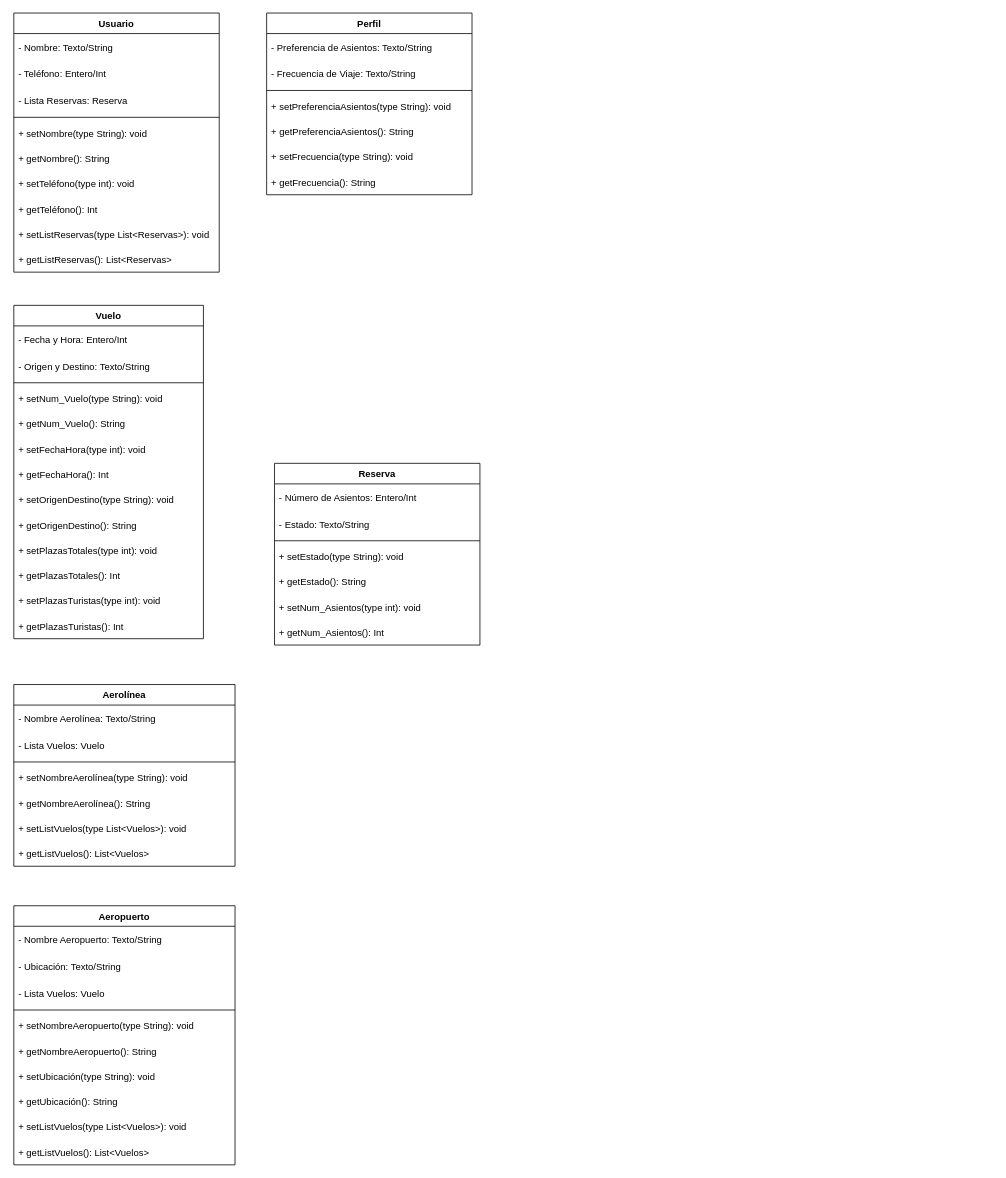
PeterMartEsc/ETS keeps this draw.io diagram as Unidad-3/DiagramaReservaVuelos.drawio. Above is the earlier version. Source tidied: cells renumbered, new cells numbered last; positions are measured from the earlier drawing's top-left corner, leaving out a move shared by most shapes. Both pictures are drawn from the tidied source at 79%, with x=0, y=0 at pixel (13, 13).
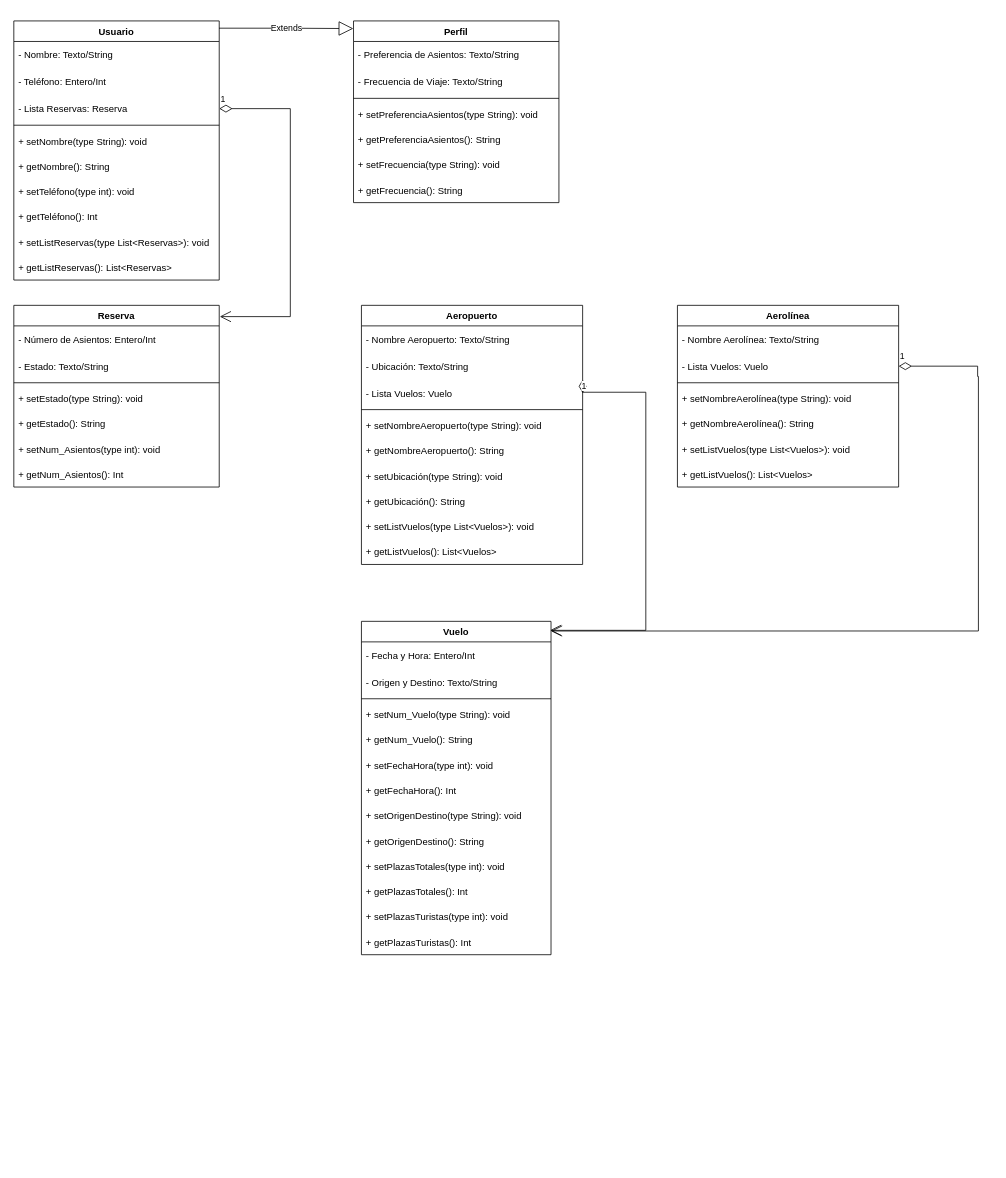
The same diagram, later.

The change refers to these unchanged cells:
```xml
<mxCell id="5" value="- Lista Reservas: Reserva" style="text;strokeColor=none;fillColor=none;align=left;verticalAlign=middle;spacingLeft=4;spacingRight=4;overflow=hidden;points=[[0,0.5],[1,0.5]];portConstraint=eastwest;" parent="2" vertex="1">
  <mxGeometry y="94" width="260" height="34" as="geometry" />
</mxCell>
<mxCell id="37" value="- Lista Vuelos: Vuelo" style="text;strokeColor=none;fillColor=none;align=left;verticalAlign=middle;spacingLeft=4;spacingRight=4;overflow=hidden;points=[[0,0.5],[1,0.5]];portConstraint=eastwest;" parent="35" vertex="1">
  <mxGeometry y="60" width="280" height="34" as="geometry" />
</mxCell>
<mxCell id="46" value="- Lista Vuelos: Vuelo" style="text;strokeColor=none;fillColor=none;align=left;verticalAlign=middle;spacingLeft=4;spacingRight=4;overflow=hidden;points=[[0,0.5],[1,0.5]];portConstraint=eastwest;" parent="43" vertex="1">
  <mxGeometry y="94" width="280" height="34" as="geometry" />
</mxCell>
```

The edit, as a diff of the source:
```diff
@@
     <mxCell id="2" value="Usuario" style="swimlane;align=center;verticalAlign=middle;horizontal=1;startSize=26;" parent="1" vertex="1">
-      <mxGeometry width="260" height="328" as="geometry" />
+      <mxGeometry y="10" width="260" height="328" as="geometry" />
     </mxCell>
@@
     <mxCell id="13" value="Vuelo" style="swimlane;align=center;verticalAlign=middle;horizontal=1;startSize=26;" parent="1" vertex="1">
-      <mxGeometry y="370" width="240" height="422" as="geometry" />
+      <mxGeometry x="440" y="770" width="240" height="422" as="geometry" />
     </mxCell>
@@
     <mxCell id="27" value="Reserva" style="swimlane;align=center;verticalAlign=middle;horizontal=1;startSize=26;" parent="1" vertex="1">
-      <mxGeometry x="330" y="570" width="260" height="230" as="geometry" />
+      <mxGeometry y="370" width="260" height="230" as="geometry" />
     </mxCell>
@@
     <mxCell id="35" value="Aerolínea" style="swimlane;align=center;verticalAlign=middle;horizontal=1;startSize=26;" parent="1" vertex="1">
-      <mxGeometry y="850" width="280" height="230" as="geometry" />
+      <mxGeometry x="840" y="370" width="280" height="230" as="geometry" />
     </mxCell>
@@
     <mxCell id="43" value="Aeropuerto" style="swimlane;align=center;verticalAlign=middle;horizontal=1;startSize=26;" parent="1" vertex="1">
-      <mxGeometry y="1130" width="280" height="328" as="geometry" />
+      <mxGeometry x="440" y="370" width="280" height="328" as="geometry" />
     </mxCell>
@@
     <mxCell id="54" value="Perfil" style="swimlane;align=center;verticalAlign=middle;horizontal=1;startSize=26;" parent="1" vertex="1">
-      <mxGeometry x="320" width="260" height="230" as="geometry" />
+      <mxGeometry x="430" y="10" width="260" height="230" as="geometry" />
     </mxCell>
@@
+    <mxCell id="62" value="Extends" style="endArrow=block;endSize=16;endFill=0;html=1;rounded=0;edgeStyle=orthogonalEdgeStyle;entryX=-0.001;entryY=0.042;entryDx=0;entryDy=0;entryPerimeter=0;exitX=0.999;exitY=0.028;exitDx=0;exitDy=0;exitPerimeter=0;" parent="1" edge="1" source="2" target="54">
+      <mxGeometry relative="1" as="geometry" />
+    </mxCell>
+    <mxCell id="63" value="1" style="endArrow=open;html=1;endSize=12;startArrow=diamondThin;startSize=14;startFill=0;edgeStyle=orthogonalEdgeStyle;align=left;verticalAlign=bottom;rounded=0;entryX=1.003;entryY=0.062;entryDx=0;entryDy=0;exitX=1;exitY=0.5;exitDx=0;exitDy=0;entryPerimeter=0;" parent="1" edge="1" source="5" target="27">
+      <mxGeometry x="-1" y="3" relative="1" as="geometry">
+        <Array as="points">
+          <mxPoint x="350" y="121" />
+          <mxPoint x="350" y="384" />
+        </Array>
+      </mxGeometry>
+    </mxCell>
+    <mxCell id="64" value="1" style="endArrow=open;html=1;endSize=12;startArrow=diamondThin;startSize=14;startFill=0;edgeStyle=orthogonalEdgeStyle;align=left;verticalAlign=bottom;rounded=0;exitX=1;exitY=0.5;exitDx=0;exitDy=0;entryX=0.995;entryY=0.027;entryDx=0;entryDy=0;entryPerimeter=0;" parent="1" edge="1" source="46" target="13">
+      <mxGeometry x="-1" y="3" relative="1" as="geometry">
+        <Array as="points">
+          <mxPoint x="800" y="480" />
+          <mxPoint x="800" y="781" />
+        </Array>
+      </mxGeometry>
+    </mxCell>
+    <mxCell id="65" value="1" style="endArrow=open;html=1;endSize=12;startArrow=diamondThin;startSize=14;startFill=0;edgeStyle=orthogonalEdgeStyle;align=left;verticalAlign=bottom;rounded=0;exitX=1;exitY=0.5;exitDx=0;exitDy=0;entryX=1;entryY=0.029;entryDx=0;entryDy=0;entryPerimeter=0;" parent="1" edge="1" source="37" target="13">
+      <mxGeometry x="-1" y="3" relative="1" as="geometry">
+        <Array as="points">
+          <mxPoint x="1220" y="447" />
+          <mxPoint x="1220" y="460" />
+          <mxPoint x="1221" y="460" />
+          <mxPoint x="1221" y="782" />
+          <mxPoint x="680" y="782" />
+        </Array>
+      </mxGeometry>
+    </mxCell>
```
